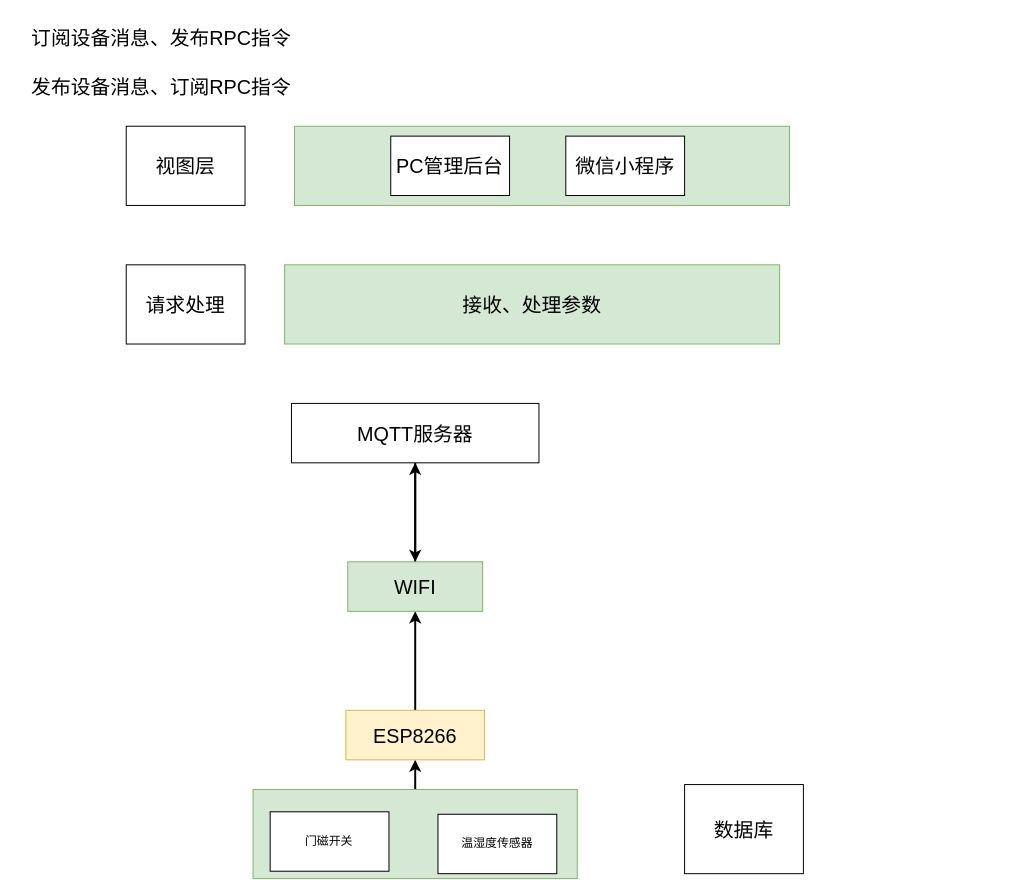
LY220214/LY220214.github.io keeps this draw.io diagram as resources/未命名绘图.drawio. Above is the earlier version. Source tidied: cells renumbered, new cells numbered last; positions are measured from the earlier drawing's top-left corner, leaving out a move shared by most shapes. Both pictures are drawn from the tidied source at 99%, with x=0, y=0 at pixel (17, 17).
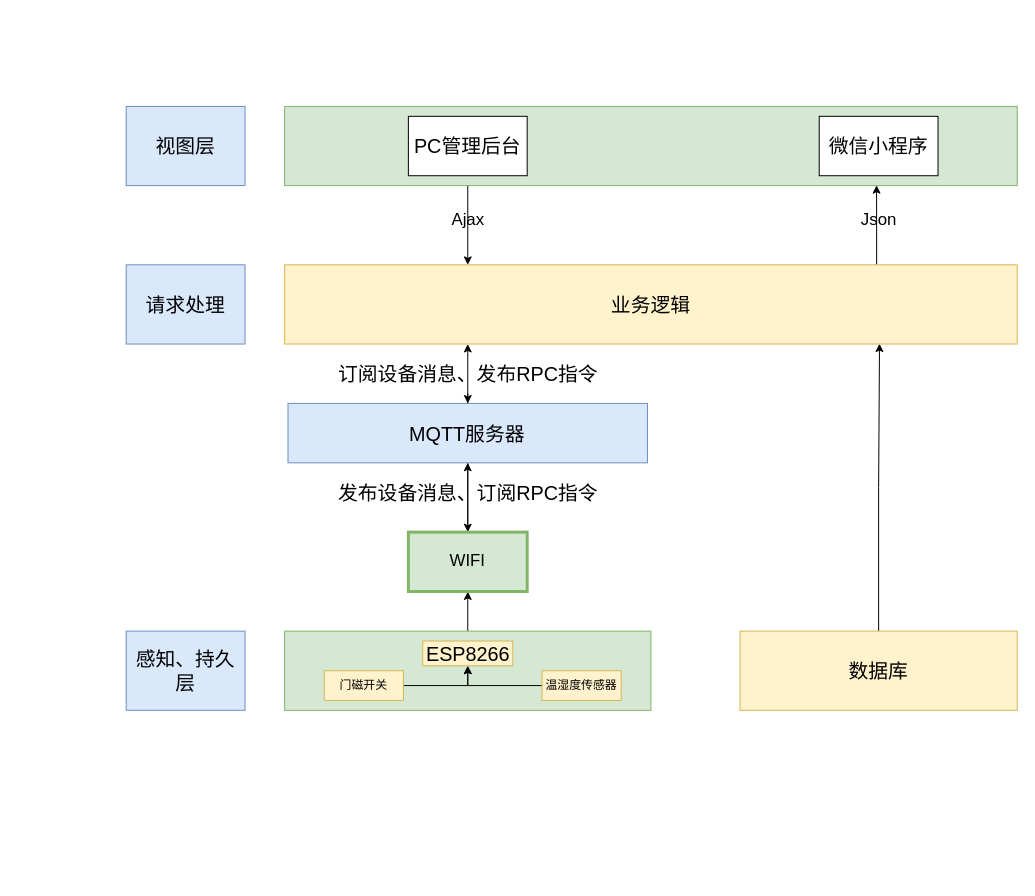
After the change.

Commit message:
智慧工作室drawio

The edit, as a diff of the source:
```diff
@@
-    <mxCell id="2" style="edgeStyle=orthogonalEdgeStyle;rounded=0;jettySize=auto;html=1;entryX=0.5;entryY=1;entryDx=0;entryDy=0;fontSize=20;strokeWidth=2;" parent="1" edge="1" source="3" target="7">
-      <mxGeometry relative="1" as="geometry" />
-    </mxCell>
+    <mxCell id="21" style="edgeStyle=orthogonalEdgeStyle;rounded=0;jettySize=auto;html=1;entryX=0.5;entryY=1;entryDx=0;entryDy=0;fontSize=17;" parent="1" edge="1" source="3" target="9">
+      <mxGeometry relative="1" as="geometry" />
+    </mxCell>
     <mxCell id="3" style="rounded=0;whiteSpace=wrap;html=1;fillColor=#d5e8d4;strokeColor=#82b366;" parent="1" vertex="1">
-      <mxGeometry x="238.1" y="780" width="327.5" height="90" as="geometry" />
+      <mxGeometry x="270" y="620" width="370" height="80" as="geometry" />
     </mxCell>
+    <mxCell id="22" style="edgeStyle=orthogonalEdgeStyle;rounded=0;jettySize=auto;html=1;entryX=0.5;entryY=1;entryDx=0;entryDy=0;fontSize=17;" parent="1" edge="1" source="4" target="7">
+      <mxGeometry relative="1" as="geometry" />
+    </mxCell>
-    <mxCell id="4" value="门磁开关" style="rounded=0;whiteSpace=wrap;html=1;" parent="1" vertex="1">
-      <mxGeometry x="255.4" y="802.5" width="120" height="60" as="geometry" />
+    <mxCell id="4" value="门磁开关" style="rounded=0;whiteSpace=wrap;html=1;fillColor=#fff2cc;strokeColor=#d6b656;" parent="1" vertex="1">
+      <mxGeometry x="310" y="660" width="80" height="30" as="geometry" />
     </mxCell>
+    <mxCell id="23" style="edgeStyle=orthogonalEdgeStyle;rounded=0;jettySize=auto;html=1;entryX=0.5;entryY=1;entryDx=0;entryDy=0;fontSize=17;" parent="1" edge="1" source="5" target="7">
+      <mxGeometry relative="1" as="geometry" />
+    </mxCell>
-    <mxCell id="5" value="温湿度传感器" style="rounded=0;whiteSpace=wrap;html=1;" parent="1" vertex="1">
-      <mxGeometry x="424.9" y="805" width="120" height="60" as="geometry" />
+    <mxCell id="5" value="温湿度传感器" style="rounded=0;whiteSpace=wrap;html=1;fillColor=#fff2cc;strokeColor=#d6b656;" parent="1" vertex="1">
+      <mxGeometry x="530" y="660" width="80" height="30" as="geometry" />
     </mxCell>
-    <mxCell id="6" style="edgeStyle=orthogonalEdgeStyle;rounded=0;jettySize=auto;html=1;exitX=0.5;exitY=0;exitDx=0;exitDy=0;entryX=0.5;entryY=1;entryDx=0;entryDy=0;fontSize=20;strokeWidth=2;" parent="1" edge="1" source="7" target="9">
-      <mxGeometry relative="1" as="geometry" />
-    </mxCell>
+    <mxCell id="24" style="edgeStyle=orthogonalEdgeStyle;rounded=0;jettySize=auto;html=1;entryX=0.25;entryY=1;entryDx=0;entryDy=0;" parent="1" edge="1" source="11" target="20">
+      <mxGeometry relative="1" as="geometry" />
+    </mxCell>
+    <mxCell id="10" style="edgeStyle=orthogonalEdgeStyle;rounded=0;jettySize=auto;html=1;entryX=0.5;entryY=0;entryDx=0;entryDy=0;fontSize=17;" parent="1" edge="1" source="11" target="9">
+      <mxGeometry relative="1" as="geometry" />
+    </mxCell>
+    <mxCell id="11" value="MQTT服务器" style="rounded=0;whiteSpace=wrap;html=1;fontSize=20;fillColor=#dae8fc;strokeColor=#6c8ebf;" parent="1" vertex="1">
+      <mxGeometry x="273.4" y="390" width="363.1" height="60" as="geometry" />
+    </mxCell>
+    <mxCell id="25" style="edgeStyle=orthogonalEdgeStyle;rounded=0;jettySize=auto;html=1;entryX=0.25;entryY=0;entryDx=0;entryDy=0;fontSize=14;" parent="1" edge="1" source="12" target="20">
+      <mxGeometry relative="1" as="geometry">
+        <Array as="points">
+          <mxPoint x="455" y="210" />
+          <mxPoint x="455" y="210" />
+        </Array>
+      </mxGeometry>
+    </mxCell>
+    <mxCell id="12" style="rounded=0;whiteSpace=wrap;html=1;fontSize=20;fillColor=#d5e8d4;strokeColor=#82b366;" parent="1" vertex="1">
+      <mxGeometry x="270" y="90" width="740" height="80" as="geometry" />
+    </mxCell>
+    <mxCell id="13" value="PC管理后台" style="rounded=0;whiteSpace=wrap;html=1;fontSize=20;" parent="1" vertex="1">
+      <mxGeometry x="395" y="100" width="120" height="60" as="geometry" />
+    </mxCell>
+    <mxCell id="14" value="微信小程序" style="rounded=0;whiteSpace=wrap;html=1;fontSize=20;" parent="1" vertex="1">
+      <mxGeometry x="810" y="100" width="120" height="60" as="geometry" />
+    </mxCell>
+    <mxCell id="16" value="发布设备消息、订阅RPC指令" style="text;html=1;align=center;verticalAlign=middle;strokeColor=none;fillColor=none;fontSize=20;" parent="1" vertex="1">
+      <mxGeometry x="310" y="460" width="290" height="40" as="geometry" />
+    </mxCell>
+    <mxCell id="26" style="edgeStyle=orthogonalEdgeStyle;rounded=0;jettySize=auto;html=1;entryX=0.812;entryY=0.995;entryDx=0;entryDy=0;entryPerimeter=0;fontSize=14;" parent="1" edge="1" source="17" target="20">
+      <mxGeometry relative="1" as="geometry" />
+    </mxCell>
+    <mxCell id="17" value="数据库" style="rounded=0;whiteSpace=wrap;html=1;fontSize=20;fillColor=#fff2cc;strokeColor=#d6b656;" parent="1" vertex="1">
+      <mxGeometry x="730" y="620" width="280" height="80" as="geometry" />
+    </mxCell>
+    <mxCell id="18" value="视图层" style="rounded=0;whiteSpace=wrap;html=1;fontSize=20;fillColor=#dae8fc;strokeColor=#6c8ebf;" parent="1" vertex="1">
+      <mxGeometry x="110" y="90" width="120" height="80" as="geometry" />
+    </mxCell>
+    <mxCell id="19" value="请求处理" style="rounded=0;whiteSpace=wrap;html=1;fontSize=20;fillColor=#dae8fc;strokeColor=#6c8ebf;" parent="1" vertex="1">
+      <mxGeometry x="110" y="250" width="120" height="80" as="geometry" />
+    </mxCell>
+    <mxCell id="27" style="edgeStyle=orthogonalEdgeStyle;rounded=0;jettySize=auto;html=1;startArrow=none;" parent="1" edge="1" source="15" target="11">
+      <mxGeometry relative="1" as="geometry">
+        <Array as="points">
+          <mxPoint x="455" y="340" />
+        </Array>
+      </mxGeometry>
+    </mxCell>
+    <mxCell id="28" style="edgeStyle=orthogonalEdgeStyle;rounded=0;jettySize=auto;html=1;entryX=0.808;entryY=0.995;entryDx=0;entryDy=0;entryPerimeter=0;fontSize=14;" parent="1" edge="1" source="20" target="12">
+      <mxGeometry relative="1" as="geometry">
+        <Array as="points">
+          <mxPoint x="868" y="230" />
+          <mxPoint x="868" y="230" />
+        </Array>
+      </mxGeometry>
+    </mxCell>
+    <mxCell id="20" value="业务逻辑" style="rounded=0;whiteSpace=wrap;html=1;fontSize=20;fillColor=#fff2cc;strokeColor=#d6b656;" parent="1" vertex="1">
+      <mxGeometry x="270" y="250" width="740" height="80" as="geometry" />
+    </mxCell>
+    <mxCell id="15" value="订阅设备消息、发布RPC指令" style="text;html=1;align=center;verticalAlign=middle;points=[];strokeColor=none;fillColor=none;fontSize=20;" parent="1" vertex="1">
+      <mxGeometry x="310" y="340" width="290" height="40" as="geometry" />
+    </mxCell>
+    <mxCell id="29" value="感知、持久层" style="rounded=0;whiteSpace=wrap;html=1;fontSize=20;fillColor=#dae8fc;strokeColor=#6c8ebf;" parent="1" vertex="1">
+      <mxGeometry x="110" y="620" width="120" height="80" as="geometry" />
+    </mxCell>
+    <mxCell id="30" value="&lt;font style=&quot;font-size: 17px;&quot;&gt;Ajax&lt;/font&gt;" style="text;html=1;align=center;verticalAlign=middle;strokeColor=none;fillColor=none;fontSize=14;" parent="1" vertex="1">
+      <mxGeometry x="425" y="190" width="60" height="30" as="geometry" />
+    </mxCell>
+    <mxCell id="31" value="Json" style="text;html=1;align=center;verticalAlign=middle;strokeColor=none;fillColor=none;fontSize=17;" parent="1" vertex="1">
+      <mxGeometry x="840" y="190" width="60" height="30" as="geometry" />
+    </mxCell>
     <mxCell id="7" value="&lt;h3&gt;&lt;span style=&quot;font-weight: normal;&quot;&gt;&lt;font style=&quot;font-size: 20px;&quot;&gt;ESP8266&lt;/font&gt;&lt;/span&gt;&lt;/h3&gt;" style="rounded=0;whiteSpace=wrap;html=1;fillColor=#fff2cc;strokeColor=#d6b656;" parent="1" vertex="1">
-      <mxGeometry x="331.9" y="700" width="140" height="50" as="geometry" />
+      <mxGeometry x="409.5" y="630" width="91" height="25" as="geometry" />
     </mxCell>
-    <mxCell id="8" style="edgeStyle=orthogonalEdgeStyle;rounded=0;jettySize=auto;html=1;fontSize=20;strokeWidth=2;" parent="1" edge="1" source="9" target="11">
-      <mxGeometry x="-0.09" y="-43" relative="1" as="geometry" />
+    <mxCell id="8" style="edgeStyle=orthogonalEdgeStyle;rounded=0;jettySize=auto;html=1;entryX=0.5;entryY=1;entryDx=0;entryDy=0;fontSize=17;" parent="1" edge="1" source="9" target="11">
+      <mxGeometry relative="1" as="geometry" />
     </mxCell>
-    <mxCell id="9" value="WIFI" style="rounded=0;whiteSpace=wrap;html=1;fontSize=20;fillColor=#d5e8d4;strokeColor=#82b366;" parent="1" vertex="1">
-      <mxGeometry x="333.8" y="550" width="136.2" height="50" as="geometry" />
+    <mxCell id="9" value="WIFI" style="rounded=0;whiteSpace=wrap;html=1;fontSize=17;strokeWidth=3;fillColor=#d5e8d4;strokeColor=#82b366;" parent="1" vertex="1">
+      <mxGeometry x="395" y="520" width="120" height="60" as="geometry" />
     </mxCell>
-    <mxCell id="10" style="edgeStyle=orthogonalEdgeStyle;rounded=0;jettySize=auto;html=1;entryX=0.5;entryY=0;entryDx=0;entryDy=0;fontSize=20;strokeWidth=2;" parent="1" edge="1" source="11" target="9">
-      <mxGeometry relative="1" as="geometry" />
-    </mxCell>
-    <mxCell id="11" value="MQTT服务器" style="rounded=0;whiteSpace=wrap;html=1;fontSize=20;" parent="1" vertex="1">
-      <mxGeometry x="276.9" y="390" width="250" height="60" as="geometry" />
-    </mxCell>
-    <mxCell id="12" style="rounded=0;whiteSpace=wrap;html=1;fontSize=20;fillColor=#d5e8d4;strokeColor=#82b366;" parent="1" vertex="1">
-      <mxGeometry x="280" y="110" width="500" height="80" as="geometry" />
-    </mxCell>
-    <mxCell id="13" value="PC管理后台" style="rounded=0;whiteSpace=wrap;html=1;fontSize=20;" parent="1" vertex="1">
-      <mxGeometry x="377.2" y="120" width="120" height="60" as="geometry" />
-    </mxCell>
-    <mxCell id="14" value="微信小程序" style="rounded=0;whiteSpace=wrap;html=1;fontSize=20;" parent="1" vertex="1">
-      <mxGeometry x="554" y="120" width="120" height="60" as="geometry" />
-    </mxCell>
-    <mxCell id="15" value="订阅设备消息、发布RPC指令" style="text;html=1;align=center;verticalAlign=middle;points=[];strokeColor=none;fillColor=none;fontSize=20;" parent="1" vertex="1">
-      <mxGeometry width="290" height="40" as="geometry" />
-    </mxCell>
-    <mxCell id="16" value="发布设备消息、订阅RPC指令" style="text;html=1;align=center;verticalAlign=middle;strokeColor=none;fillColor=none;fontSize=20;" parent="1" vertex="1">
-      <mxGeometry y="50" width="290" height="40" as="geometry" />
-    </mxCell>
-    <mxCell id="17" value="数据库" style="rounded=0;whiteSpace=wrap;html=1;fontSize=20;" parent="1" vertex="1">
-      <mxGeometry x="674" y="775" width="120" height="90" as="geometry" />
-    </mxCell>
-    <mxCell id="18" value="视图层" style="rounded=0;whiteSpace=wrap;html=1;fontSize=20;" parent="1" vertex="1">
-      <mxGeometry x="110" y="110" width="120" height="80" as="geometry" />
-    </mxCell>
-    <mxCell id="19" value="请求处理" style="rounded=0;whiteSpace=wrap;html=1;fontSize=20;" parent="1" vertex="1">
-      <mxGeometry x="110" y="250" width="120" height="80" as="geometry" />
-    </mxCell>
-    <mxCell id="20" value="接收、处理参数" style="rounded=0;whiteSpace=wrap;html=1;fontSize=20;fillColor=#d5e8d4;strokeColor=#82b366;" parent="1" vertex="1">
-      <mxGeometry x="270" y="250" width="500" height="80" as="geometry" />
-    </mxCell>
```
